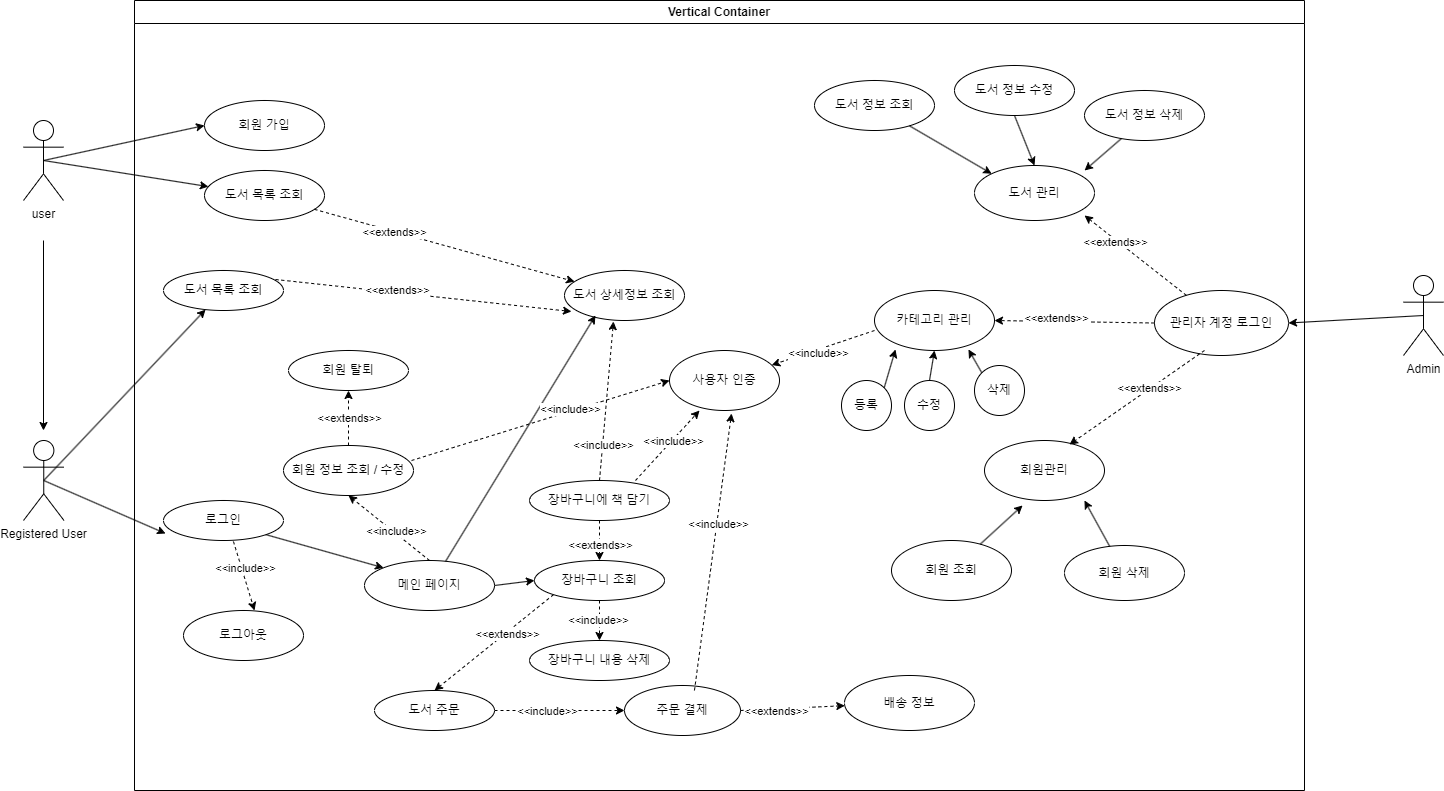
junHyeokP/BookMarket keeps this draw.io diagram as src/온라인 서점 use-case2.png. Above is the earlier version. Source tidied: cells renumbered, new cells last; positions are measured from the earlier drawing's top-left corner, leaving out a move shared by most shapes.
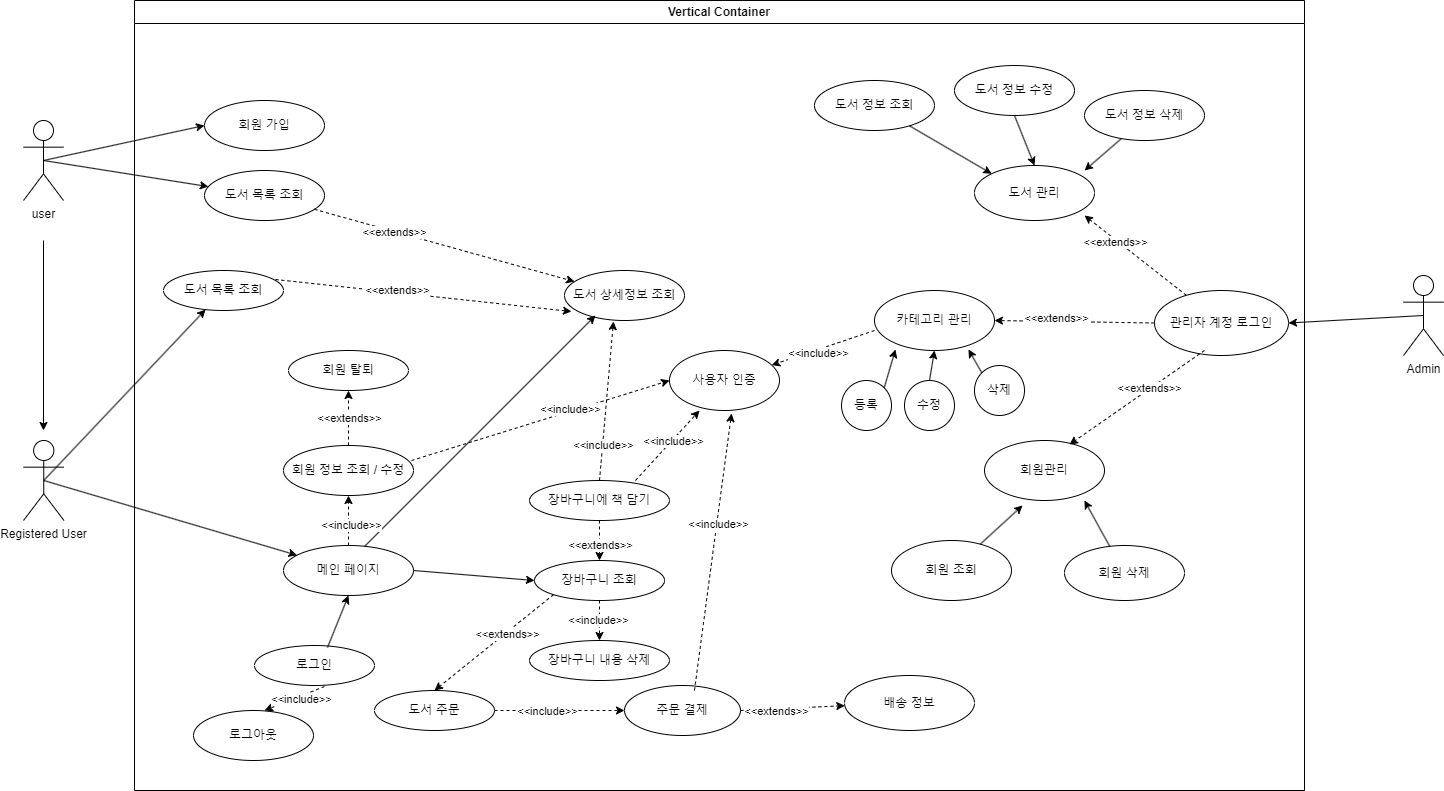
The same file after the commit.

Commit message:
온라인 서점 use-case2.png 업데이트

What changed in the source:
```diff
@@ -24,7 +24,7 @@
       <mxGeometry x="70" y="170" width="120" height="50" as="geometry" />
     </mxCell>
     <mxCell id="9" value="로그인" style="ellipse;whiteSpace=wrap;html=1;" parent="6" vertex="1">
-      <mxGeometry x="29" y="500" width="120" height="40" as="geometry" />
+      <mxGeometry x="120" y="645" width="120" height="40" as="geometry" />
     </mxCell>
     <mxCell id="10" value="도서 목록 조회" style="ellipse;whiteSpace=wrap;html=1;" parent="6" vertex="1">
       <mxGeometry x="29" y="270" width="120" height="40" as="geometry" />
@@ -33,7 +33,7 @@
       <mxGeometry x="240" y="690" width="120" height="40" as="geometry" />
     </mxCell>
     <mxCell id="12" value="로그아웃" style="ellipse;whiteSpace=wrap;html=1;" parent="6" vertex="1">
-      <mxGeometry x="49" y="610" width="120" height="50" as="geometry" />
+      <mxGeometry x="59" y="710" width="120" height="50" as="geometry" />
     </mxCell>
     <mxCell id="13" value="주문 결제" style="ellipse;whiteSpace=wrap;html=1;" parent="6" vertex="1">
       <mxGeometry x="490" y="685" width="116" height="50" as="geometry" />
@@ -63,7 +63,7 @@
       <mxGeometry x="-0.18" y="3" relative="1" as="geometry" />
     </mxCell>
     <mxCell id="22" value="메인 페이지" style="ellipse;whiteSpace=wrap;html=1;" parent="6" vertex="1">
-      <mxGeometry x="230" y="560" width="130" height="50" as="geometry" />
+      <mxGeometry x="149" y="545" width="130" height="50" as="geometry" />
     </mxCell>
     <mxCell id="23" style="endArrow=classic;html=1;rounded=0;exitX=0.623;exitY=0.02;exitDx=0;exitDy=0;entryX=0.258;entryY=0.9;entryDx=0;entryDy=0;entryPerimeter=0;exitPerimeter=0;" parent="6" edge="1" source="22" target="16">
       <mxGeometry relative="1" as="geometry" />
@@ -122,7 +122,7 @@
     <mxCell id="41" value="&amp;lt;&amp;lt;include&amp;gt;&amp;gt;" style="edgeLabel;html=1;align=center;verticalAlign=middle;" parent="40" vertex="1">
       <mxGeometry x="-0.21" y="3" relative="1" as="geometry" />
     </mxCell>
-    <mxCell id="42" style="endArrow=classic;html=1;rounded=0;exitX=1;exitY=1;exitDx=0;exitDy=0;entryX=0;entryY=0;entryDx=0;entryDy=0;" parent="6" edge="1" source="9" target="22">
+    <mxCell id="42" style="endArrow=classic;html=1;rounded=0;exitX=0.608;exitY=0.05;exitDx=0;exitDy=0;entryX=0.5;entryY=1;entryDx=0;entryDy=0;exitPerimeter=0;" parent="6" edge="1" source="9" target="22">
       <mxGeometry relative="1" as="geometry" />
     </mxCell>
     <mxCell id="43" value="회원 삭제" style="ellipse;whiteSpace=wrap;html=1;" parent="6" vertex="1">
@@ -247,7 +247,7 @@
     <mxCell id="82" value="Registered User" style="shape=umlActor;verticalLabelPosition=bottom;verticalAlign=top;html=1;outlineConnect=0;" parent="1" vertex="1">
       <mxGeometry y="440" width="40.5" height="80" as="geometry" />
     </mxCell>
-    <mxCell id="83" style="endArrow=classic;html=1;rounded=0;exitX=0.5;exitY=0.5;exitDx=0;exitDy=0;exitPerimeter=0;entryX=0.017;entryY=0.825;entryDx=0;entryDy=0;entryPerimeter=0;" parent="1" edge="1" source="82" target="9">
+    <mxCell id="83" style="endArrow=classic;html=1;rounded=0;exitX=0.5;exitY=0.5;exitDx=0;exitDy=0;exitPerimeter=0;" parent="1" edge="1" source="82" target="22">
       <mxGeometry relative="1" as="geometry" />
     </mxCell>
     <mxCell id="84" style="endArrow=classic;html=1;rounded=0;exitX=0.5;exitY=0.5;exitDx=0;exitDy=0;exitPerimeter=0;" parent="1" edge="1" source="82" target="10">
```
